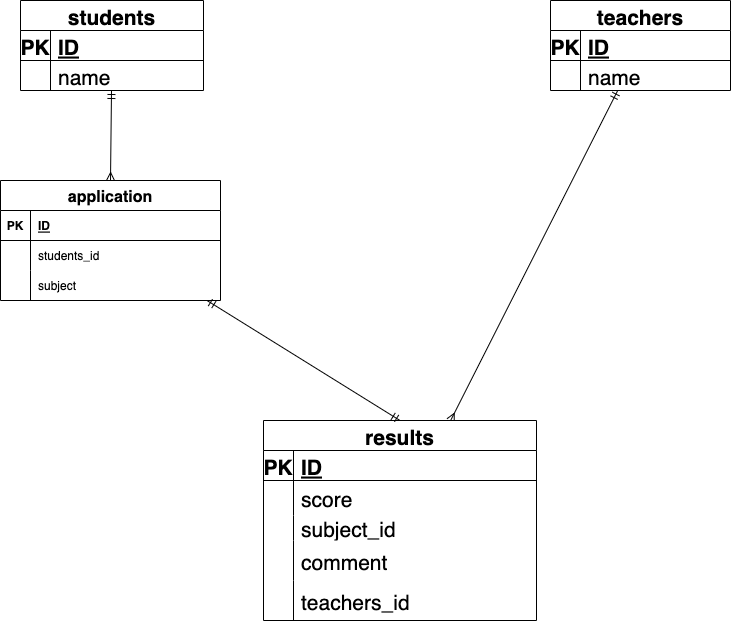
kotasuke55/0526 keeps this draw.io diagram as index.drawio.png. Above is the earlier version. Source tidied: cells renumbered, new cells last; positions are measured from the earlier drawing's top-left corner, leaving out a move shared by most shapes.
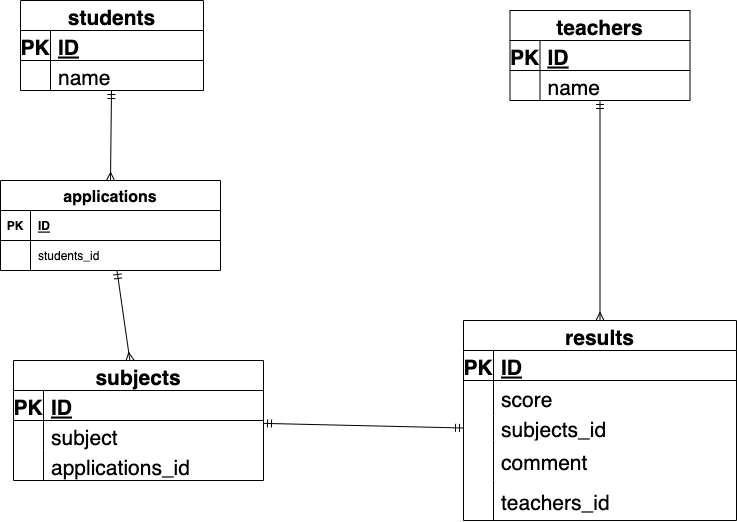
The same file after the commit.

What changed in the source:
```diff
@@ -27,7 +27,7 @@
       <mxGeometry x="30" width="153" height="30" as="geometry" />
     </mxCell>
     <mxCell id="10" value="teachers" style="shape=table;startSize=30;rowLines=0;fontStyle=1;align=center;shadow=0;fontSize=21;" parent="1" vertex="1">
-      <mxGeometry x="550" width="180" height="90" as="geometry" />
+      <mxGeometry x="509.5" y="10" width="180" height="90" as="geometry" />
     </mxCell>
     <mxCell id="11" style="shape=partialRectangle;fillColor=none;top=0;left=0;bottom=1;right=0;shadow=0;fontSize=21;" parent="10" vertex="1">
       <mxGeometry y="30" width="180" height="30" as="geometry" />
@@ -51,7 +51,7 @@
       <mxGeometry relative="1" as="geometry" />
     </mxCell>
     <mxCell id="18" value="results" style="shape=table;startSize=30;rowLines=0;fontStyle=1;align=center;shadow=0;fontSize=21;" parent="1" vertex="1">
-      <mxGeometry x="263" y="420" width="273" height="200" as="geometry" />
+      <mxGeometry x="463" y="320" width="273" height="200" as="geometry" />
     </mxCell>
     <mxCell id="19" style="shape=partialRectangle;fillColor=none;top=0;left=0;bottom=1;right=0;shadow=0;fontSize=21;" parent="18" vertex="1">
       <mxGeometry y="30" width="273" height="30" as="geometry" />
@@ -77,7 +77,7 @@
     <mxCell id="26" style="shape=partialRectangle;fillColor=none;top=0;left=0;bottom=0;right=0;overflow=hidden;shadow=0;fontSize=21;" parent="25" vertex="1">
       <mxGeometry width="30" height="25" as="geometry" />
     </mxCell>
-    <mxCell id="27" value="subject_id" style="shape=partialRectangle;fillColor=none;top=0;left=0;bottom=0;right=0;align=left;spacingLeft=6;overflow=hidden;shadow=0;fontSize=21;" parent="25" vertex="1">
+    <mxCell id="27" value="subjects_id" style="shape=partialRectangle;fillColor=none;top=0;left=0;bottom=0;right=0;align=left;spacingLeft=6;overflow=hidden;shadow=0;fontSize=21;" parent="25" vertex="1">
       <mxGeometry x="30" width="243" height="25" as="geometry" />
     </mxCell>
     <mxCell id="28" style="shape=partialRectangle;fillColor=none;top=0;left=0;bottom=0;right=0;fontSize=16;" parent="18" vertex="1">
@@ -98,11 +98,11 @@
     <mxCell id="33" value="teachers_id" style="shape=partialRectangle;fillColor=none;top=0;left=0;bottom=0;right=0;align=left;spacingLeft=6;overflow=hidden;fontSize=21;" parent="31" vertex="1">
       <mxGeometry x="30" width="243" height="40" as="geometry" />
     </mxCell>
-    <mxCell id="34" style="edgeStyle=none;html=1;entryX=0.5;entryY=0;entryDx=0;entryDy=0;fontSize=16;startArrow=ERmandOne;startFill=0;endArrow=ERmandOne;endFill=0;" parent="1" edge="1" source="35" target="18">
-      <mxGeometry relative="1" as="geometry" />
-    </mxCell>
+    <mxCell id="45" style="edgeStyle=none;html=1;fontSize=21;startArrow=ERmandOne;startFill=0;endArrow=ERmany;endFill=0;" parent="1" edge="1" source="35" target="47">
+      <mxGeometry relative="1" as="geometry" />
+    </mxCell>
-    <mxCell id="35" value="application" style="shape=table;startSize=30;rowLines=0;fontStyle=1;align=center;fontSize=16;" parent="1" vertex="1">
-      <mxGeometry y="180" width="220" height="120" as="geometry" />
+    <mxCell id="35" value="applications" style="shape=table;startSize=30;rowLines=0;fontStyle=1;align=center;fontSize=16;" parent="1" vertex="1">
+      <mxGeometry y="180" width="220" height="90" as="geometry" />
     </mxCell>
     <mxCell id="36" style="shape=partialRectangle;fillColor=none;top=0;left=0;bottom=1;right=0;" parent="35" vertex="1">
       <mxGeometry y="30" width="220" height="30" as="geometry" />
@@ -122,14 +122,38 @@
     <mxCell id="41" value="students_id" style="shape=partialRectangle;fillColor=none;top=0;left=0;bottom=0;right=0;align=left;spacingLeft=6;overflow=hidden;" parent="39" vertex="1">
       <mxGeometry x="30" width="190" height="30" as="geometry" />
     </mxCell>
-    <mxCell id="42" style="shape=partialRectangle;fillColor=none;top=0;left=0;bottom=0;right=0;" parent="35" vertex="1">
-      <mxGeometry y="90" width="220" height="30" as="geometry" />
-    </mxCell>
-    <mxCell id="43" style="shape=partialRectangle;fillColor=none;top=0;left=0;bottom=0;right=0;overflow=hidden;" parent="42" vertex="1">
-      <mxGeometry width="30" height="30" as="geometry" />
-    </mxCell>
+    <mxCell id="46" style="edgeStyle=none;html=1;entryX=0;entryY=0.5;entryDx=0;entryDy=0;fontSize=21;startArrow=ERmandOne;startFill=0;endArrow=ERmandOne;endFill=0;" parent="1" edge="1" source="47" target="25">
+      <mxGeometry relative="1" as="geometry" />
+    </mxCell>
+    <mxCell id="47" value="subjects" style="shape=table;startSize=30;rowLines=0;fontStyle=1;align=center;fontSize=21;" parent="1" vertex="1">
+      <mxGeometry x="13" y="360" width="250" height="120" as="geometry" />
+    </mxCell>
+    <mxCell id="48" style="shape=partialRectangle;fillColor=none;top=0;left=0;bottom=1;right=0;fontSize=21;" parent="47" vertex="1">
+      <mxGeometry y="30" width="250" height="30" as="geometry" />
+    </mxCell>
+    <mxCell id="49" value="PK" style="shape=partialRectangle;fillColor=none;top=0;left=0;bottom=0;right=0;fontStyle=1;overflow=hidden;fontSize=21;" parent="48" vertex="1">
+      <mxGeometry width="30" height="30" as="geometry" />
+    </mxCell>
+    <mxCell id="50" value="ID" style="shape=partialRectangle;fillColor=none;top=0;left=0;bottom=0;right=0;align=left;spacingLeft=6;fontStyle=5;overflow=hidden;fontSize=21;" parent="48" vertex="1">
+      <mxGeometry x="30" width="220" height="30" as="geometry" />
+    </mxCell>
+    <mxCell id="51" style="shape=partialRectangle;fillColor=none;top=0;left=0;bottom=0;right=0;fontSize=21;" parent="47" vertex="1">
+      <mxGeometry y="60" width="250" height="30" as="geometry" />
+    </mxCell>
+    <mxCell id="52" style="shape=partialRectangle;fillColor=none;top=0;left=0;bottom=0;right=0;overflow=hidden;fontSize=21;" parent="51" vertex="1">
+      <mxGeometry width="30" height="30" as="geometry" />
+    </mxCell>
-    <mxCell id="44" value="subject" style="shape=partialRectangle;fillColor=none;top=0;left=0;bottom=0;right=0;align=left;spacingLeft=6;overflow=hidden;" parent="42" vertex="1">
-      <mxGeometry x="30" width="190" height="30" as="geometry" />
+    <mxCell id="44" value="subject" style="shape=partialRectangle;fillColor=none;top=0;left=0;bottom=0;right=0;align=left;spacingLeft=6;overflow=hidden;fontSize=21;" parent="51" vertex="1">
+      <mxGeometry x="30" width="220" height="30" as="geometry" />
     </mxCell>
+    <mxCell id="53" style="shape=partialRectangle;fillColor=none;top=0;left=0;bottom=0;right=0;fontSize=21;" parent="47" vertex="1">
+      <mxGeometry y="90" width="250" height="30" as="geometry" />
+    </mxCell>
+    <mxCell id="54" style="shape=partialRectangle;fillColor=none;top=0;left=0;bottom=0;right=0;overflow=hidden;fontSize=21;" parent="53" vertex="1">
+      <mxGeometry width="30" height="30" as="geometry" />
+    </mxCell>
+    <mxCell id="55" value="applications_id" style="shape=partialRectangle;fillColor=none;top=0;left=0;bottom=0;right=0;align=left;spacingLeft=6;overflow=hidden;fontSize=21;" parent="53" vertex="1">
+      <mxGeometry x="30" width="220" height="30" as="geometry" />
+    </mxCell>
   </root>
 </mxGraphModel>
```
